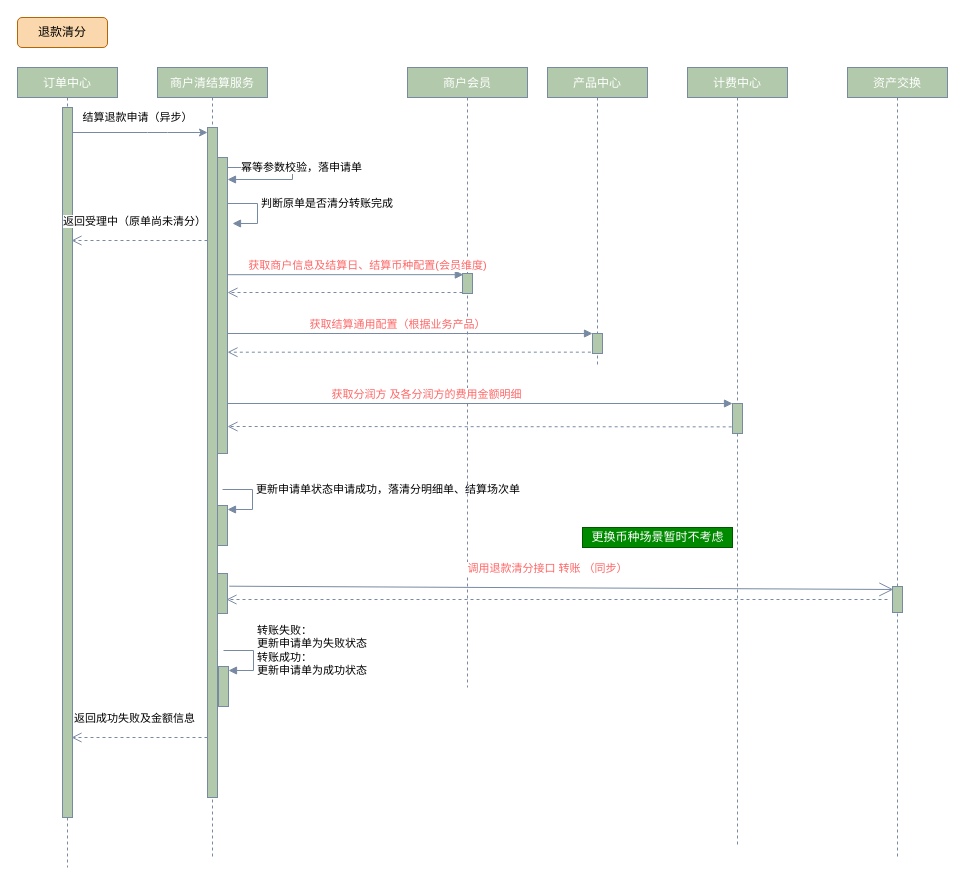
DominicElvira/Diagrams keeps this draw.io diagram as merchant-settle/退款.drawio. Above is the earlier version. Source tidied: cells renumbered, new cells numbered last; positions are measured from the earlier drawing's top-left corner, leaving out a move shared by most shapes. Both pictures are drawn from the tidied source at 100%, with x=0, y=0 at pixel (17, 17).
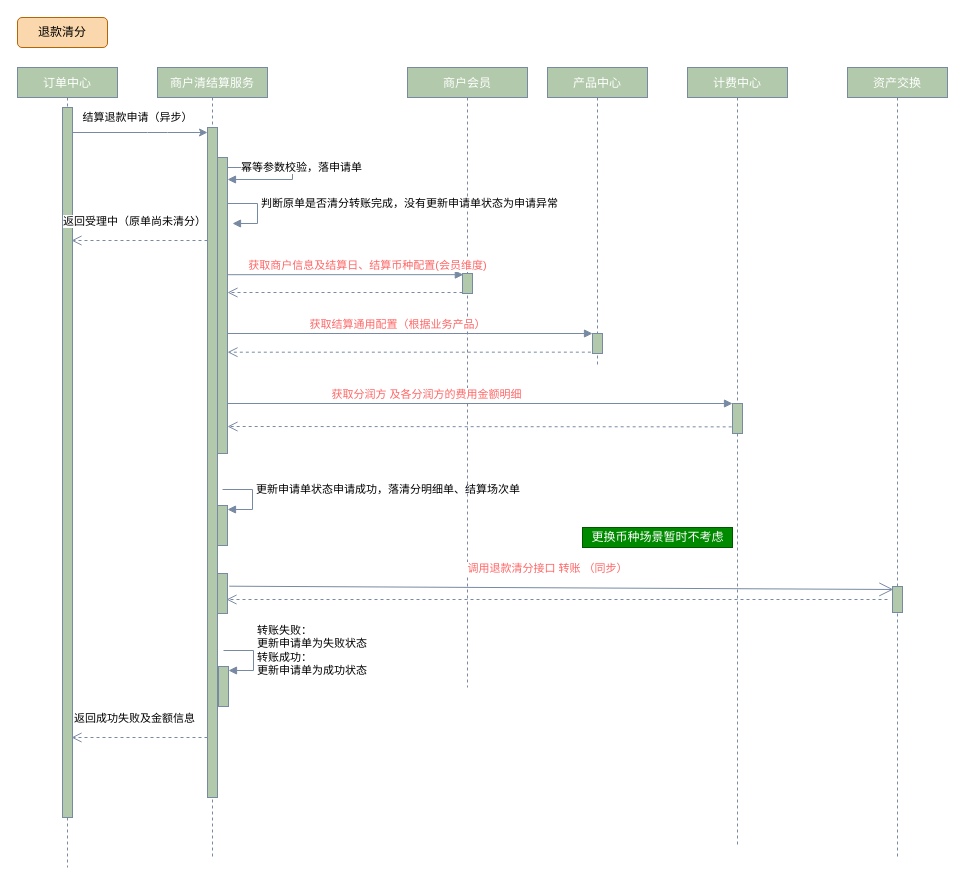
After the change.

Diff of the diagram source:
```diff
@@
-    <mxCell id="30" value="判断原单是否清分转账完成&amp;nbsp;" style="edgeStyle=orthogonalEdgeStyle;html=1;align=left;spacingLeft=2;endArrow=block;rounded=0;entryX=1;entryY=0;fontSize=11;fontColor=#000000;strokeColor=#788AA3;strokeWidth=1;fillColor=#B2C9AB;curved=0;jumpStyle=none;" parent="1" edge="1">
+    <mxCell id="30" value="判断原单是否清分转账完成，没有更新申请单状态为申请异常&amp;nbsp;" style="edgeStyle=orthogonalEdgeStyle;html=1;align=left;spacingLeft=2;endArrow=block;rounded=0;entryX=1;entryY=0;fontSize=11;fontColor=#000000;strokeColor=#788AA3;strokeWidth=1;fillColor=#B2C9AB;curved=0;jumpStyle=none;" parent="1" edge="1">
       <mxGeometry x="-0.2" relative="1" as="geometry">
         <mxPoint x="210" y="186" as="sourcePoint" />
         <mxPoint x="215" y="206" as="targetPoint" />
         <Array as="points">
           <mxPoint x="240" y="186" />
         </Array>
       </mxGeometry>
     </mxCell>
```
